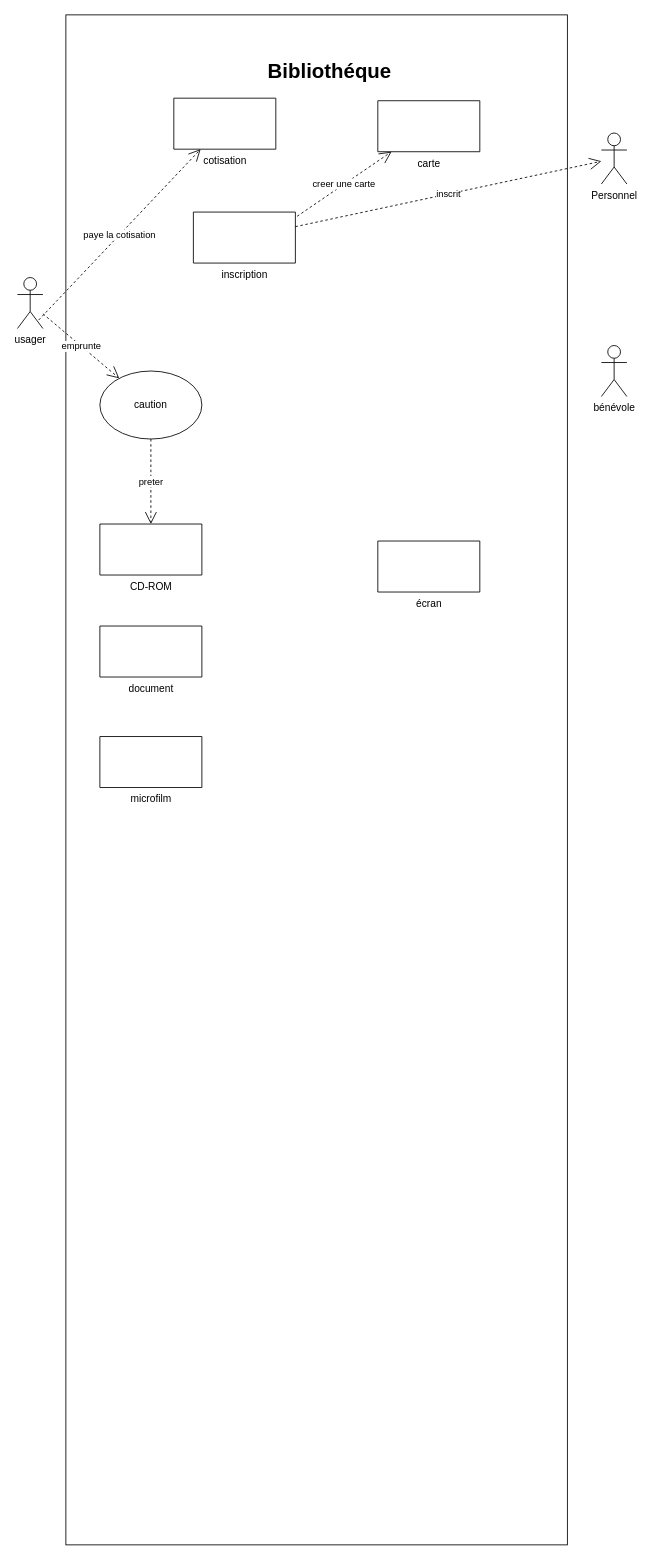
Earlier version of the draw.io diagram maquetter_une_application/UML_Partie_1/Untitled Diagram.drawio (Rustam0-0/cda). Source tidied: cells renumbered, new cells numbered last; positions are measured from the earlier drawing's top-left corner, leaving out a move shared by most shapes. Both pictures are drawn from the tidied source at 85%, with x=0, y=0 at pixel (17, 14).
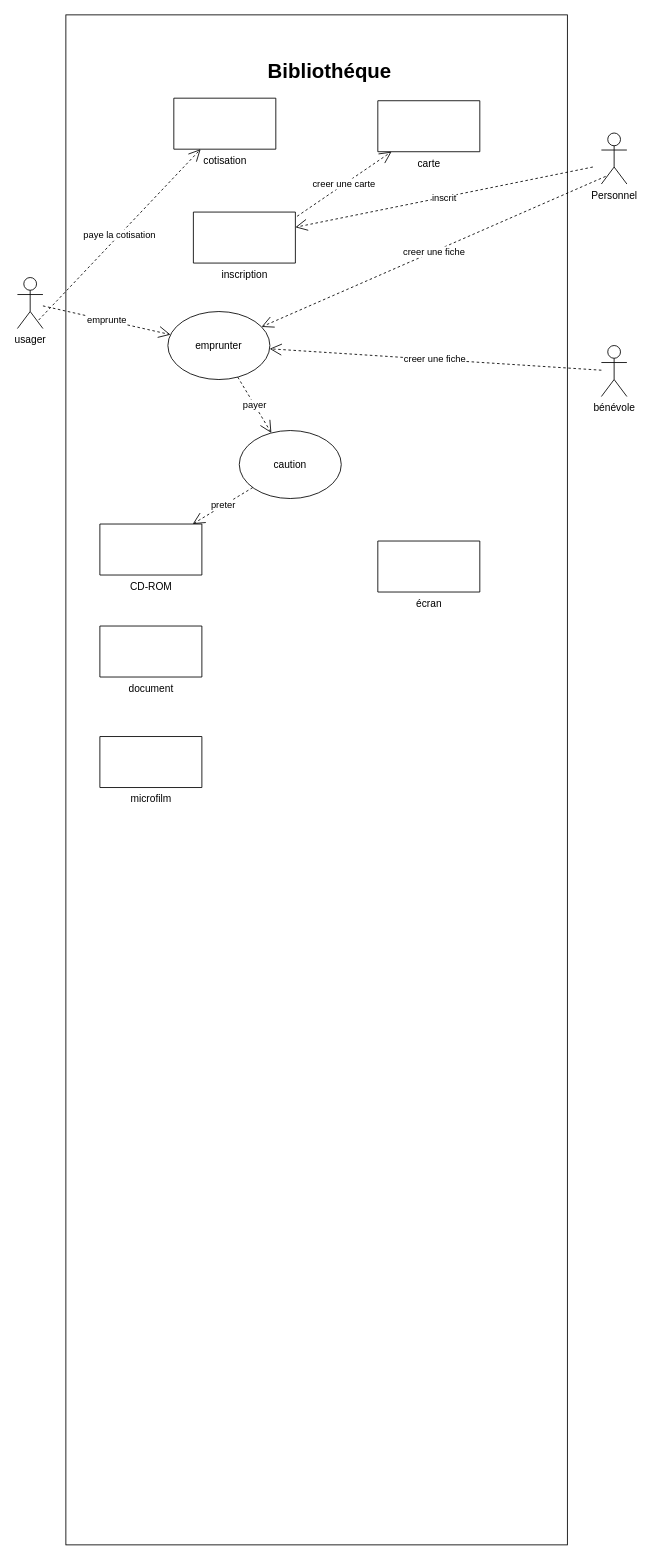
The same diagram, later.

The change refers to these unchanged cells:
```xml
<mxCell id="4" value="usager" style="shape=umlActor;verticalLabelPosition=bottom;verticalAlign=top;html=1;outlineConnect=0;" parent="1" vertex="1">
  <mxGeometry y="309" width="30" height="60" as="geometry" />
</mxCell>
<mxCell id="5" value="Personnel" style="shape=umlActor;verticalLabelPosition=bottom;verticalAlign=top;html=1;" parent="1" vertex="1">
  <mxGeometry x="687" y="139" width="30" height="60" as="geometry" />
</mxCell>
<mxCell id="6" value="bénévole" style="shape=umlActor;verticalLabelPosition=bottom;verticalAlign=top;html=1;" parent="1" vertex="1">
  <mxGeometry x="687" y="389" width="30" height="60" as="geometry" />
</mxCell>
<mxCell id="7" value="inscription" style="verticalLabelPosition=bottom;verticalAlign=top;html=1;shape=mxgraph.basic.rect;fillColor2=none;strokeWidth=1;size=20;indent=5;shadow=0;" parent="1" vertex="1">
  <mxGeometry x="207" y="232" width="120" height="60" as="geometry" />
</mxCell>
```

What changed in the source:
```diff
@@
-    <mxCell id="14" value="inscrit" style="endArrow=open;endSize=12;dashed=1;html=1;rounded=0;" parent="1" edge="1" source="7" target="5">
-      <mxGeometry relative="1" as="geometry" />
+    <mxCell id="14" value="inscrit" style="endArrow=open;endSize=12;dashed=1;html=1;rounded=0;" parent="1" edge="1" target="7">
+      <mxGeometry relative="1" as="geometry">
+        <mxPoint x="677" y="179" as="sourcePoint" />
+      </mxGeometry>
     </mxCell>
@@
-    <mxCell id="17" value="emprunte" style="endArrow=open;endSize=12;dashed=1;html=1;rounded=0;" parent="1" edge="1" source="4" target="18">
+    <mxCell id="17" value="emprunte" style="endArrow=open;endSize=12;dashed=1;html=1;rounded=0;" parent="1" edge="1" source="4" target="20">
       <mxGeometry relative="1" as="geometry" />
     </mxCell>
     <mxCell id="18" value="caution" style="ellipse;whiteSpace=wrap;html=1;shadow=0;" parent="1" vertex="1">
-      <mxGeometry x="97" y="419" width="120" height="80" as="geometry" />
+      <mxGeometry x="261" y="489" width="120" height="80" as="geometry" />
     </mxCell>
@@
+    <mxCell id="20" value="emprunter" style="ellipse;whiteSpace=wrap;html=1;shadow=0;" parent="1" vertex="1">
+      <mxGeometry x="177" y="349" width="120" height="80" as="geometry" />
+    </mxCell>
+    <mxCell id="21" value="payer" style="endArrow=open;endSize=12;dashed=1;html=1;rounded=0;" parent="1" edge="1" source="20" target="18">
+      <mxGeometry relative="1" as="geometry" />
+    </mxCell>
+    <mxCell id="22" value="creer une fiche" style="endArrow=open;endSize=12;dashed=1;html=1;rounded=0;exitX=0.167;exitY=0.85;exitDx=0;exitDy=0;exitPerimeter=0;" parent="1" edge="1" source="5" target="20">
+      <mxGeometry relative="1" as="geometry" />
+    </mxCell>
+    <mxCell id="23" value="creer une fiche" style="endArrow=open;endSize=12;dashed=1;html=1;rounded=0;" parent="1" edge="1" source="6" target="20">
+      <mxGeometry relative="1" as="geometry" />
+    </mxCell>
```
